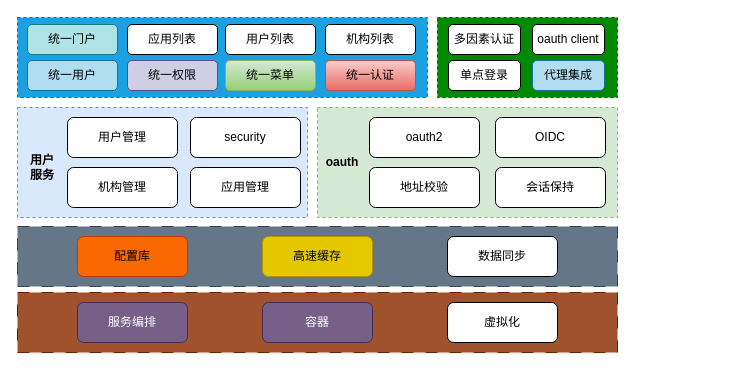
Before: unified-portal/技术架构.drawio in liangxiansheng007/drawio, a draw.io diagram. Source tidied: cells renumbered, new cells numbered last; positions are measured from the earlier drawing's top-left corner, leaving out a move shared by most shapes. Both pictures are drawn from the tidied source at 100%, with x=0, y=0 at pixel (17, 17).
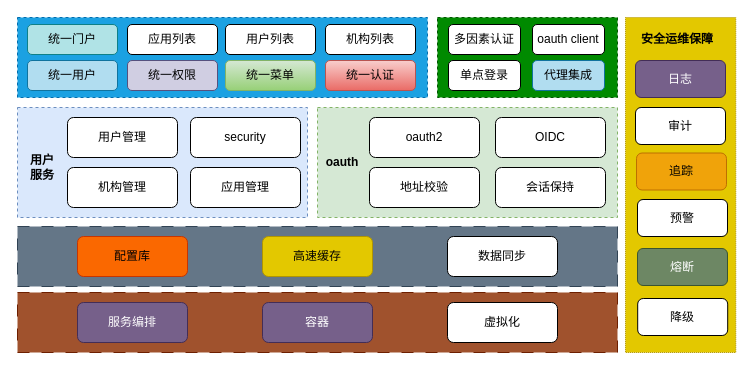
Above is the later version.

Commit message (it also covers changes not shown here):
更新技术架构.drawio

The edit, as a diff of the source:
```diff
@@
+    <mxCell id="36" style="rounded=0;whiteSpace=wrap;html=1;dashed=1;dashPattern=1 1;fillColor=#e3c800;fontColor=#000000;strokeColor=#B09500;" parent="1" vertex="1">
+      <mxGeometry x="608" width="110.3" height="335" as="geometry" />
+    </mxCell>
+    <mxCell id="37" value="安全运维保障" style="text;html=1;strokeColor=none;fillColor=none;align=center;verticalAlign=middle;whiteSpace=wrap;rounded=0;fontStyle=1;" parent="1" vertex="1">
+      <mxGeometry x="620" y="7" width="80" height="30" as="geometry" />
+    </mxCell>
+    <mxCell id="38" value="日志" style="rounded=1;whiteSpace=wrap;html=1;fillColor=#76608a;fontColor=#ffffff;strokeColor=#432D57;" parent="1" vertex="1">
+      <mxGeometry x="618" y="43" width="90" height="37" as="geometry" />
+    </mxCell>
+    <mxCell id="39" value="审计" style="rounded=1;whiteSpace=wrap;html=1;" parent="1" vertex="1">
+      <mxGeometry x="618" y="90" width="90" height="37" as="geometry" />
+    </mxCell>
+    <mxCell id="40" value="追踪" style="rounded=1;whiteSpace=wrap;html=1;fillColor=#f0a30a;fontColor=#000000;strokeColor=#BD7000;" parent="1" vertex="1">
+      <mxGeometry x="619" y="135.5" width="90" height="37" as="geometry" />
+    </mxCell>
+    <mxCell id="41" value="预警" style="rounded=1;whiteSpace=wrap;html=1;" parent="1" vertex="1">
+      <mxGeometry x="620" y="182" width="90" height="37" as="geometry" />
+    </mxCell>
+    <mxCell id="42" value="熔断" style="rounded=1;whiteSpace=wrap;html=1;fillColor=#6d8764;fontColor=#ffffff;strokeColor=#3A5431;" parent="1" vertex="1">
+      <mxGeometry x="620" y="231" width="90" height="37" as="geometry" />
+    </mxCell>
+    <mxCell id="43" value="降级" style="rounded=1;whiteSpace=wrap;html=1;" parent="1" vertex="1">
+      <mxGeometry x="620.2" y="281" width="90" height="37" as="geometry" />
+    </mxCell>
```
